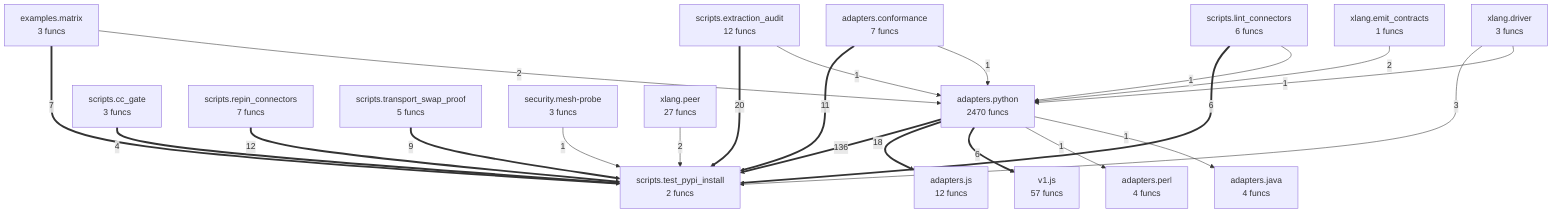
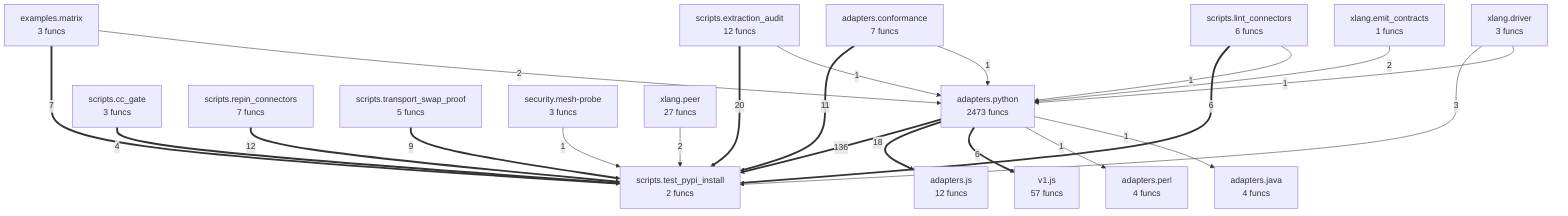
flowchart TD
- %% generated in 0.07s
+ %% generated in 0.14s
    adapters__conformance["adapters.conformance<br/>7 funcs"]
    adapters__java["adapters.java<br/>4 funcs"]
    adapters__js["adapters.js<br/>12 funcs"]
    adapters__perl["adapters.perl<br/>4 funcs"]
-     adapters__python["adapters.python<br/>2470 funcs"]
+     adapters__python["adapters.python<br/>2473 funcs"]
    examples__matrix["examples.matrix<br/>3 funcs"]
    scripts__cc_gate["scripts.cc_gate<br/>3 funcs"]
    scripts__extraction_audit["scripts.extraction_audit<br/>12 funcs"]
    scripts__lint_connectors["scripts.lint_connectors<br/>6 funcs"]
    scripts__repin_connectors["scripts.repin_connectors<br/>7 funcs"]
    scripts__test_pypi_install["scripts.test_pypi_install<br/>2 funcs"]
    scripts__transport_swap_proof["scripts.transport_swap_proof<br/>5 funcs"]
    security__mesh_probe["security.mesh-probe<br/>3 funcs"]
    v1__js["v1.js<br/>57 funcs"]
    xlang__driver["xlang.driver<br/>3 funcs"]
    xlang__emit_contracts["xlang.emit_contracts<br/>1 funcs"]
    xlang__peer["xlang.peer<br/>27 funcs"]
    adapters__python ==>|136| scripts__test_pypi_install
    scripts__extraction_audit ==>|20| scripts__test_pypi_install
    adapters__python ==>|18| adapters__js
    scripts__repin_connectors ==>|12| scripts__test_pypi_install
    adapters__conformance ==>|11| scripts__test_pypi_install
    scripts__transport_swap_proof ==>|9| scripts__test_pypi_install
    examples__matrix ==>|7| scripts__test_pypi_install
    scripts__lint_connectors ==>|6| scripts__test_pypi_install
    adapters__python ==>|6| v1__js
    scripts__cc_gate ==>|4| scripts__test_pypi_install
    xlang__driver -->|3| scripts__test_pypi_install
    examples__matrix -->|2| adapters__python
    xlang__emit_contracts -->|2| adapters__python
    xlang__peer -->|2| scripts__test_pypi_install
    security__mesh_probe -->|1| scripts__test_pypi_install
    scripts__lint_connectors -->|1| adapters__python
    scripts__extraction_audit -->|1| adapters__python
    adapters__conformance -->|1| adapters__python
    adapters__python -->|1| adapters__perl
    adapters__python -->|1| adapters__java
    xlang__driver -->|1| adapters__python
